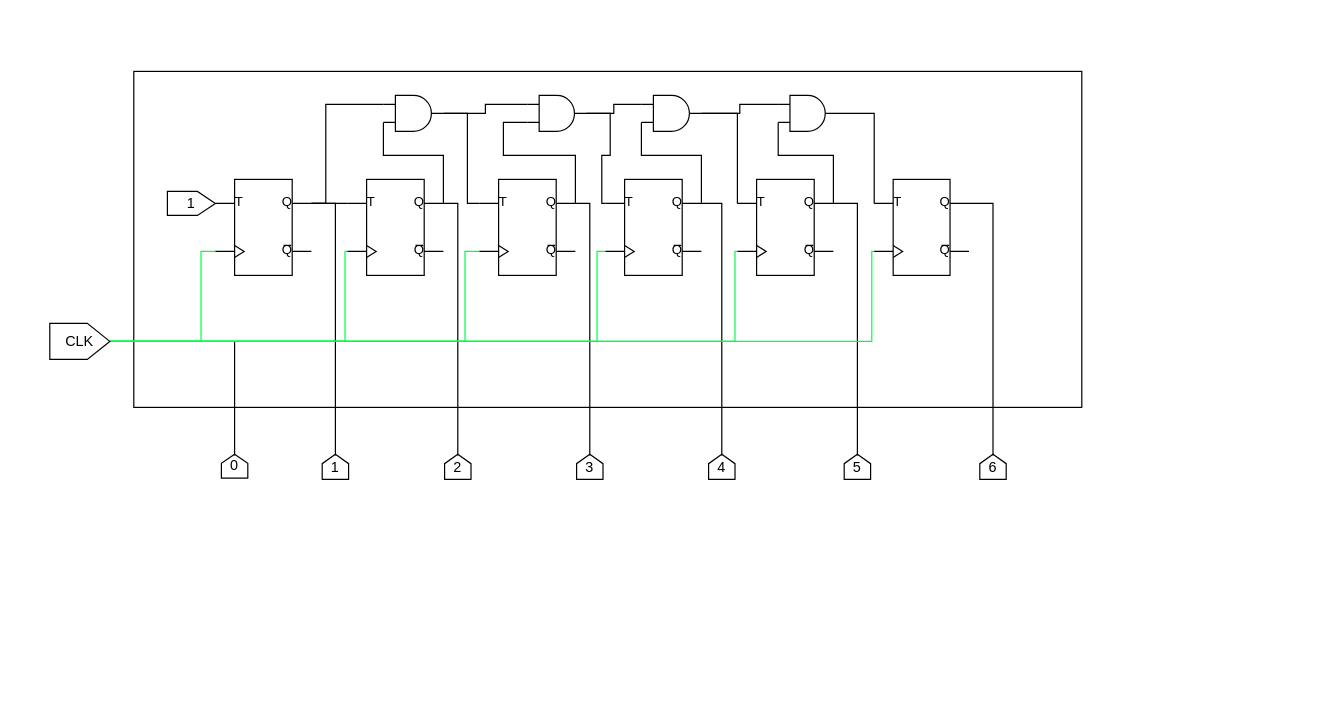
This is page "ClockGenerator" (1 of 5) of Uart.drawio from FlavioRenzi/UART_Project, a draw.io file, before an edit. Source tidied: cells renumbered, new cells numbered last; positions are measured from the earlier drawing's top-left corner, leaving out a move shared by most shapes. Both pictures are drawn from the tidied source at 120%, with x=0, y=0 at pixel (49, 71).
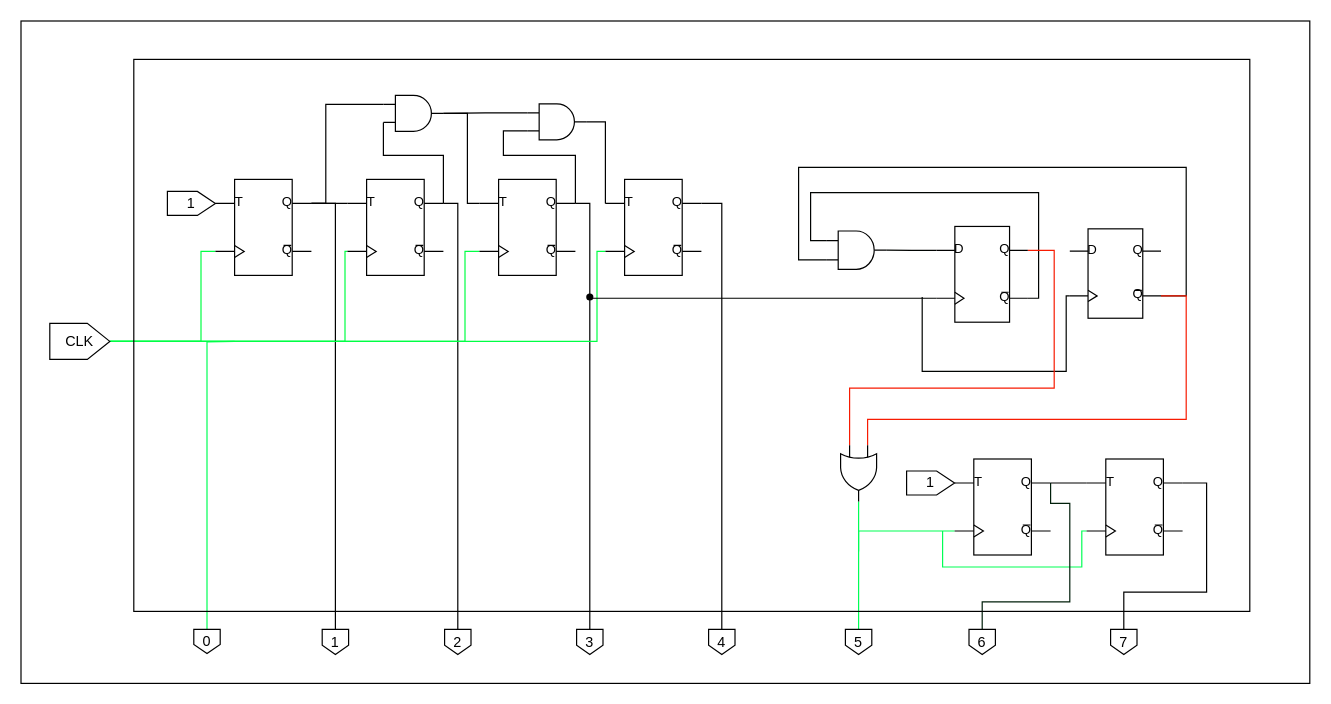
The same page after the edit.

The change refers to these unchanged cells:
```xml
<mxCell id="10" style="verticalLabelPosition=bottom;shadow=0;dashed=0;align=center;html=1;verticalAlign=top;shape=mxgraph.electrical.logic_gates.t_type_flip-flop;" parent="1" vertex="1">
  <mxGeometry x="248" y="90" width="80" height="80" as="geometry" />
</mxCell>
<mxCell id="14" style="verticalLabelPosition=bottom;shadow=0;dashed=0;align=center;html=1;verticalAlign=top;shape=mxgraph.electrical.logic_gates.t_type_flip-flop;" parent="1" vertex="1">
  <mxGeometry x="358" y="90" width="80" height="80" as="geometry" />
</mxCell>
<mxCell id="18" style="verticalLabelPosition=bottom;shadow=0;dashed=0;align=center;html=1;verticalAlign=top;shape=mxgraph.electrical.logic_gates.t_type_flip-flop;" parent="1" vertex="1">
  <mxGeometry x="138" y="90" width="80" height="80" as="geometry" />
</mxCell>
<mxCell id="26" style="verticalLabelPosition=bottom;shadow=0;dashed=0;align=center;html=1;verticalAlign=top;shape=mxgraph.electrical.logic_gates.t_type_flip-flop;" parent="1" vertex="1">
  <mxGeometry x="463" y="90" width="80" height="80" as="geometry" />
</mxCell>
<mxCell id="40" value="CLK" style="shape=offPageConnector;whiteSpace=wrap;html=1;rotation=0;direction=north;" parent="1" vertex="1">
  <mxGeometry y="210" width="50" height="30" as="geometry" />
</mxCell>
```

Change to the diagram source:
```diff
@@
-    <mxCell id="2" style="rounded=0;whiteSpace=wrap;html=1;fillColor=none;" parent="1" vertex="1">
-      <mxGeometry x="70" width="790" height="280" as="geometry" />
-    </mxCell>
@@
-    <mxCell id="9" style="edgeStyle=orthogonalEdgeStyle;rounded=0;jettySize=auto;html=1;exitX=1;exitY=0.25;exitDx=0;exitDy=0;exitPerimeter=0;endArrow=none;endFill=0;" parent="1" edge="1" source="10">
+    <mxCell id="9" style="edgeStyle=orthogonalEdgeStyle;rounded=0;jettySize=auto;html=1;exitX=1;exitY=0.25;exitDx=0;exitDy=0;exitPerimeter=0;endArrow=none;endFill=0;entryX=0.5;entryY=0;entryDx=0;entryDy=0;" parent="1" edge="1" source="10" target="44">
       <mxGeometry relative="1" as="geometry">
-        <mxPoint x="340" y="320" as="targetPoint" />
         <Array as="points">
           <mxPoint x="340" y="110" />
-          <mxPoint x="340" y="320" />
         </Array>
       </mxGeometry>
     </mxCell>
@@
     <mxCell id="11" style="edgeStyle=orthogonalEdgeStyle;rounded=0;jettySize=auto;html=1;exitX=1;exitY=0.25;exitDx=0;exitDy=0;exitPerimeter=0;entryX=0;entryY=0.75;entryDx=0;entryDy=0;entryPerimeter=0;endArrow=none;endFill=0;" parent="1" edge="1" source="14" target="39">
       <mxGeometry relative="1" as="geometry">
         <Array as="points">
           <mxPoint x="438" y="70" />
           <mxPoint x="378" y="70" />
-          <mxPoint x="378" y="43" />
+          <mxPoint x="378" y="50" />
+          <mxPoint x="398" y="50" />
         </Array>
       </mxGeometry>
     </mxCell>
@@
-    <mxCell id="13" style="edgeStyle=orthogonalEdgeStyle;rounded=0;jettySize=auto;html=1;exitX=1;exitY=0.25;exitDx=0;exitDy=0;exitPerimeter=0;endArrow=none;endFill=0;" parent="1" edge="1" source="14">
+    <mxCell id="13" style="edgeStyle=orthogonalEdgeStyle;rounded=0;jettySize=auto;html=1;exitX=1;exitY=0.25;exitDx=0;exitDy=0;exitPerimeter=0;endArrow=none;endFill=0;entryX=0.5;entryY=0;entryDx=0;entryDy=0;" parent="1" edge="1" source="14" target="45">
       <mxGeometry relative="1" as="geometry">
-        <mxPoint x="450" y="320" as="targetPoint" />
         <Array as="points">
           <mxPoint x="450" y="110" />
         </Array>
       </mxGeometry>
     </mxCell>
@@
-    <mxCell id="16" style="edgeStyle=orthogonalEdgeStyle;rounded=0;jettySize=auto;html=1;exitX=1;exitY=0.25;exitDx=0;exitDy=0;exitPerimeter=0;endArrow=none;endFill=0;" parent="1" edge="1" source="18">
+    <mxCell id="16" style="edgeStyle=orthogonalEdgeStyle;rounded=0;jettySize=auto;html=1;exitX=1;exitY=0.25;exitDx=0;exitDy=0;exitPerimeter=0;endArrow=none;endFill=0;entryX=0.5;entryY=0;entryDx=0;entryDy=0;" parent="1" edge="1" source="18" target="43">
       <mxGeometry relative="1" as="geometry">
-        <mxPoint x="238" y="320" as="targetPoint" />
         <Array as="points">
           <mxPoint x="238" y="110" />
         </Array>
       </mxGeometry>
     </mxCell>
-    <mxCell id="17" style="edgeStyle=orthogonalEdgeStyle;rounded=0;orthogonalLoop=1;jettySize=auto;html=1;endArrow=none;endFill=0;strokeColor=#000301;" parent="1" edge="1">
+    <mxCell id="17" style="edgeStyle=orthogonalEdgeStyle;rounded=0;jettySize=auto;html=1;endArrow=none;endFill=0;strokeColor=#00FF55;" parent="1" edge="1" target="42">
       <mxGeometry relative="1" as="geometry">
         <mxPoint x="154" y="225" as="sourcePoint" />
-        <mxPoint x="154" y="320" as="targetPoint" />
-        <Array as="points">
-          <mxPoint x="154" y="320" />
-        </Array>
       </mxGeometry>
     </mxCell>
@@
-    <mxCell id="20" style="edgeStyle=none;rounded=0;jettySize=auto;html=1;exitX=1;exitY=0.5;exitDx=0;exitDy=0;exitPerimeter=0;entryX=0;entryY=0.25;entryDx=0;entryDy=0;entryPerimeter=0;endArrow=none;endFill=0;" parent="1" edge="1" source="23" target="29">
-      <mxGeometry relative="1" as="geometry">
-        <Array as="points">
-          <mxPoint x="573" y="35" />
-        </Array>
-      </mxGeometry>
-    </mxCell>
-    <mxCell id="21" style="edgeStyle=none;rounded=0;jettySize=auto;html=1;exitX=0;exitY=0.75;exitDx=0;exitDy=0;exitPerimeter=0;entryX=1;entryY=0.25;entryDx=0;entryDy=0;entryPerimeter=0;endArrow=none;endFill=0;" parent="1" edge="1" source="23" target="26">
-      <mxGeometry relative="1" as="geometry">
-        <Array as="points">
-          <mxPoint x="493" y="70" />
-          <mxPoint x="543" y="70" />
-        </Array>
-      </mxGeometry>
-    </mxCell>
-    <mxCell id="22" style="edgeStyle=orthogonalEdgeStyle;rounded=0;jettySize=auto;html=1;exitX=0;exitY=0.25;exitDx=0;exitDy=0;exitPerimeter=0;entryX=1;entryY=0.5;entryDx=0;entryDy=0;entryPerimeter=0;endArrow=none;endFill=0;" parent="1" edge="1" source="23" target="39">
-      <mxGeometry relative="1" as="geometry" />
-    </mxCell>
-    <mxCell id="23" style="verticalLabelPosition=bottom;shadow=0;dashed=0;align=center;html=1;verticalAlign=top;shape=mxgraph.electrical.logic_gates.logic_gate;operation=and;" parent="1" vertex="1">
-      <mxGeometry x="493" y="20" width="50" height="30" as="geometry" />
-    </mxCell>
@@
-    <mxCell id="25" style="edgeStyle=orthogonalEdgeStyle;rounded=0;jettySize=auto;html=1;exitX=1;exitY=0.25;exitDx=0;exitDy=0;exitPerimeter=0;endArrow=none;endFill=0;" parent="1" edge="1" source="26">
+    <mxCell id="25" style="edgeStyle=orthogonalEdgeStyle;rounded=0;jettySize=auto;html=1;exitX=1;exitY=0.25;exitDx=0;exitDy=0;exitPerimeter=0;endArrow=none;endFill=0;entryX=0.5;entryY=0;entryDx=0;entryDy=0;" parent="1" edge="1" source="26" target="46">
       <mxGeometry relative="1" as="geometry">
-        <mxPoint x="560" y="320" as="targetPoint" />
         <Array as="points">
           <mxPoint x="560" y="110" />
         </Array>
       </mxGeometry>
     </mxCell>
@@
-    <mxCell id="27" style="edgeStyle=orthogonalEdgeStyle;rounded=0;jettySize=auto;html=1;exitX=0;exitY=0.75;exitDx=0;exitDy=0;exitPerimeter=0;entryX=0.5;entryY=1;entryDx=0;entryDy=0;endArrow=none;endFill=0;strokeColor=#00FF44;" parent="1" edge="1" source="29" target="40">
-      <mxGeometry relative="1" as="geometry">
-        <Array as="points">
-          <mxPoint x="571" y="225" />
-        </Array>
-      </mxGeometry>
-    </mxCell>
-    <mxCell id="28" style="edgeStyle=orthogonalEdgeStyle;rounded=0;jettySize=auto;html=1;exitX=1;exitY=0.25;exitDx=0;exitDy=0;exitPerimeter=0;endArrow=none;endFill=0;" parent="1" edge="1" source="29">
-      <mxGeometry relative="1" as="geometry">
-        <mxPoint x="673" y="320" as="targetPoint" />
-        <Array as="points">
-          <mxPoint x="673" y="110" />
-        </Array>
-      </mxGeometry>
-    </mxCell>
-    <mxCell id="29" style="verticalLabelPosition=bottom;shadow=0;dashed=0;align=center;html=1;verticalAlign=top;shape=mxgraph.electrical.logic_gates.t_type_flip-flop;" parent="1" vertex="1">
-      <mxGeometry x="573" y="90" width="80" height="80" as="geometry" />
-    </mxCell>
-    <mxCell id="30" style="edgeStyle=none;rounded=0;jettySize=auto;html=1;exitX=1;exitY=0.5;exitDx=0;exitDy=0;exitPerimeter=0;entryX=0;entryY=0.25;entryDx=0;entryDy=0;entryPerimeter=0;endArrow=none;endFill=0;" parent="1" edge="1" source="33" target="36">
-      <mxGeometry relative="1" as="geometry">
-        <Array as="points">
-          <mxPoint x="687" y="35" />
-        </Array>
-      </mxGeometry>
-    </mxCell>
-    <mxCell id="31" style="edgeStyle=none;rounded=0;jettySize=auto;html=1;exitX=0;exitY=0.75;exitDx=0;exitDy=0;exitPerimeter=0;entryX=1;entryY=0.25;entryDx=0;entryDy=0;entryPerimeter=0;endArrow=none;endFill=0;" parent="1" edge="1" source="33" target="29">
-      <mxGeometry relative="1" as="geometry">
-        <Array as="points">
-          <mxPoint x="607" y="70" />
-          <mxPoint x="653" y="70" />
-        </Array>
-      </mxGeometry>
-    </mxCell>
-    <mxCell id="32" style="edgeStyle=orthogonalEdgeStyle;rounded=0;jettySize=auto;html=1;exitX=0;exitY=0.25;exitDx=0;exitDy=0;exitPerimeter=0;entryX=1;entryY=0.5;entryDx=0;entryDy=0;entryPerimeter=0;endArrow=none;endFill=0;" parent="1" edge="1" source="33" target="23">
-      <mxGeometry relative="1" as="geometry" />
-    </mxCell>
-    <mxCell id="33" style="verticalLabelPosition=bottom;shadow=0;dashed=0;align=center;html=1;verticalAlign=top;shape=mxgraph.electrical.logic_gates.logic_gate;operation=and;" parent="1" vertex="1">
-      <mxGeometry x="607" y="20" width="49" height="30" as="geometry" />
-    </mxCell>
-    <mxCell id="34" style="edgeStyle=orthogonalEdgeStyle;rounded=0;jettySize=auto;html=1;exitX=0;exitY=0.75;exitDx=0;exitDy=0;exitPerimeter=0;endArrow=none;endFill=0;entryX=0.5;entryY=1;entryDx=0;entryDy=0;strokeColor=#00FF44;" parent="1" edge="1" source="36" target="40">
-      <mxGeometry relative="1" as="geometry">
-        <Array as="points">
-          <mxPoint x="685" y="225" />
-        </Array>
-      </mxGeometry>
-    </mxCell>
-    <mxCell id="35" style="edgeStyle=orthogonalEdgeStyle;rounded=0;jettySize=auto;html=1;exitX=1;exitY=0.25;exitDx=0;exitDy=0;exitPerimeter=0;endArrow=none;endFill=0;" parent="1" edge="1" source="36">
-      <mxGeometry relative="1" as="geometry">
-        <mxPoint x="786" y="320" as="targetPoint" />
-        <Array as="points">
-          <mxPoint x="786" y="110" />
-        </Array>
-      </mxGeometry>
-    </mxCell>
-    <mxCell id="36" style="verticalLabelPosition=bottom;shadow=0;dashed=0;align=center;html=1;verticalAlign=top;shape=mxgraph.electrical.logic_gates.t_type_flip-flop;" parent="1" vertex="1">
-      <mxGeometry x="687" y="90" width="79" height="80" as="geometry" />
-    </mxCell>
@@
     <mxCell id="38" style="edgeStyle=orthogonalEdgeStyle;rounded=0;jettySize=auto;html=1;exitX=1;exitY=0.5;exitDx=0;exitDy=0;exitPerimeter=0;entryX=0;entryY=0.25;entryDx=0;entryDy=0;entryPerimeter=0;endArrow=none;endFill=0;" parent="1" edge="1" source="39" target="26">
       <mxGeometry relative="1" as="geometry">
         <Array as="points">
-          <mxPoint x="467" y="35" />
-          <mxPoint x="467" y="70" />
-          <mxPoint x="460" y="70" />
-          <mxPoint x="460" y="110" />
+          <mxPoint x="463" y="42" />
         </Array>
       </mxGeometry>
     </mxCell>
     <mxCell id="39" style="verticalLabelPosition=bottom;shadow=0;dashed=0;align=center;html=1;verticalAlign=top;shape=mxgraph.electrical.logic_gates.logic_gate;operation=and;" parent="1" vertex="1">
-      <mxGeometry x="398" y="20" width="49" height="30" as="geometry" />
+      <mxGeometry x="398" y="27" width="49" height="30" as="geometry" />
     </mxCell>
@@
     <mxCell id="41" style="edgeStyle=orthogonalEdgeStyle;rounded=0;orthogonalLoop=1;jettySize=auto;html=1;exitX=0.5;exitY=1;exitDx=0;exitDy=0;endArrow=none;endFill=0;" parent="1" edge="1">
       <mxGeometry relative="1" as="geometry">
-        <mxPoint x="550" y="310" as="sourcePoint" />
-        <mxPoint x="550" y="310" as="targetPoint" />
+        <mxPoint x="550" y="456" as="sourcePoint" />
+        <mxPoint x="550" y="456" as="targetPoint" />
       </mxGeometry>
     </mxCell>
-    <mxCell id="42" value="0" style="shape=offPageConnector;whiteSpace=wrap;html=1;fillColor=none;direction=west;" parent="1" vertex="1">
-      <mxGeometry x="143" y="319" width="22" height="20" as="geometry" />
+    <mxCell id="42" value="0" style="shape=offPageConnector;whiteSpace=wrap;html=1;fillColor=none;direction=east;" parent="1" vertex="1">
+      <mxGeometry x="120" y="465" width="22" height="20" as="geometry" />
     </mxCell>
-    <mxCell id="43" value="1" style="shape=offPageConnector;whiteSpace=wrap;html=1;fillColor=none;direction=west;" parent="1" vertex="1">
-      <mxGeometry x="227" y="319" width="22" height="21" as="geometry" />
+    <mxCell id="43" value="1" style="shape=offPageConnector;whiteSpace=wrap;html=1;fillColor=none;direction=east;" parent="1" vertex="1">
+      <mxGeometry x="227" y="465" width="22" height="21" as="geometry" />
     </mxCell>
-    <mxCell id="44" value="2" style="shape=offPageConnector;whiteSpace=wrap;html=1;fillColor=none;direction=west;" parent="1" vertex="1">
-      <mxGeometry x="329" y="319" width="22" height="21" as="geometry" />
+    <mxCell id="44" value="2" style="shape=offPageConnector;whiteSpace=wrap;html=1;fillColor=none;direction=east;" parent="1" vertex="1">
+      <mxGeometry x="329" y="465" width="22" height="21" as="geometry" />
     </mxCell>
-    <mxCell id="45" value="3" style="shape=offPageConnector;whiteSpace=wrap;html=1;fillColor=none;direction=west;" parent="1" vertex="1">
-      <mxGeometry x="439" y="319" width="22" height="21" as="geometry" />
+    <mxCell id="45" value="3" style="shape=offPageConnector;whiteSpace=wrap;html=1;fillColor=none;direction=east;" parent="1" vertex="1">
+      <mxGeometry x="439" y="465" width="22" height="21" as="geometry" />
     </mxCell>
-    <mxCell id="46" value="4" style="shape=offPageConnector;whiteSpace=wrap;html=1;fillColor=none;direction=west;" parent="1" vertex="1">
-      <mxGeometry x="549" y="319" width="22" height="21" as="geometry" />
+    <mxCell id="46" value="4" style="shape=offPageConnector;whiteSpace=wrap;html=1;fillColor=none;direction=east;" parent="1" vertex="1">
+      <mxGeometry x="549" y="465" width="22" height="21" as="geometry" />
     </mxCell>
+    <mxCell id="49" style="edgeStyle=orthogonalEdgeStyle;rounded=0;jettySize=auto;html=1;exitX=0;exitY=0.75;exitDx=0;exitDy=0;exitPerimeter=0;endArrow=none;endFill=0;strokeColor=#000301;" parent="1" edge="1" source="69">
+      <mxGeometry relative="1" as="geometry">
+        <mxPoint x="450" y="187.6" as="targetPoint" />
+        <Array as="points">
+          <mxPoint x="450" y="189" />
+        </Array>
+      </mxGeometry>
+    </mxCell>
+    <mxCell id="50" style="edgeStyle=orthogonalEdgeStyle;rounded=0;jettySize=auto;html=1;exitX=0;exitY=0.25;exitDx=0;exitDy=0;exitPerimeter=0;entryX=1;entryY=0.5;entryDx=0;entryDy=0;entryPerimeter=0;endArrow=none;endFill=0;strokeColor=#000301;" parent="1" edge="1" source="69" target="53">
+      <mxGeometry relative="1" as="geometry" />
+    </mxCell>
+    <mxCell id="51" style="edgeStyle=orthogonalEdgeStyle;rounded=0;jettySize=auto;html=1;exitX=1;exitY=0.75;exitDx=0;exitDy=0;exitPerimeter=0;entryX=0;entryY=0.25;entryDx=0;entryDy=0;entryPerimeter=0;endArrow=none;endFill=0;strokeColor=#000301;" parent="1" edge="1" source="69" target="53">
+      <mxGeometry relative="1" as="geometry">
+        <Array as="points">
+          <mxPoint x="824" y="189" />
+          <mxPoint x="824" y="101" />
+          <mxPoint x="634" y="101" />
+          <mxPoint x="634" y="141" />
+        </Array>
+      </mxGeometry>
+    </mxCell>
+    <mxCell id="52" style="shape=waypoint;sketch=0;size=6;fillColor=none;perimeter=centerPerimeter;" parent="1" vertex="1">
+      <mxGeometry x="430" y="168" width="40" height="40" as="geometry" />
+    </mxCell>
+    <mxCell id="53" style="verticalLabelPosition=bottom;shadow=0;dashed=0;align=center;html=1;verticalAlign=top;shape=mxgraph.electrical.logic_gates.logic_gate;operation=and;" parent="1" vertex="1">
+      <mxGeometry x="647" y="133" width="50" height="32" as="geometry" />
+    </mxCell>
+    <mxCell id="54" style="edgeStyle=orthogonalEdgeStyle;rounded=0;jettySize=auto;html=1;exitX=0;exitY=0.75;exitDx=0;exitDy=0;exitPerimeter=0;endArrow=none;endFill=0;strokeColor=#000301;" parent="1" edge="1" source="70">
+      <mxGeometry relative="1" as="geometry">
+        <mxPoint x="727" y="188" as="targetPoint" />
+        <Array as="points">
+          <mxPoint x="847" y="187" />
+          <mxPoint x="847" y="250" />
+          <mxPoint x="727" y="250" />
+        </Array>
+      </mxGeometry>
+    </mxCell>
+    <mxCell id="55" style="edgeStyle=orthogonalEdgeStyle;rounded=0;jettySize=auto;html=1;entryX=0;entryY=0.75;entryDx=0;entryDy=0;entryPerimeter=0;endArrow=none;endFill=0;strokeColor=#000301;exitX=1;exitY=0.75;exitDx=0;exitDy=0;exitPerimeter=0;" parent="1" edge="1" source="70" target="53">
+      <mxGeometry relative="1" as="geometry">
+        <Array as="points">
+          <mxPoint x="947" y="187" />
+          <mxPoint x="947" y="80" />
+          <mxPoint x="624" y="80" />
+          <mxPoint x="624" y="157" />
+        </Array>
+      </mxGeometry>
+    </mxCell>
+    <mxCell id="56" style="edgeStyle=orthogonalEdgeStyle;rounded=0;jettySize=auto;html=1;exitX=1;exitY=0.75;exitDx=0;exitDy=0;exitPerimeter=0;entryX=0;entryY=0.25;entryDx=0;entryDy=0;entryPerimeter=0;endArrow=none;endFill=0;strokeColor=#F71B02;" parent="1" edge="1" source="70" target="59">
+      <mxGeometry relative="1" as="geometry">
+        <Array as="points">
+          <mxPoint x="947" y="187" />
+          <mxPoint x="947" y="290" />
+          <mxPoint x="681" y="290" />
+        </Array>
+      </mxGeometry>
+    </mxCell>
+    <mxCell id="57" style="edgeStyle=orthogonalEdgeStyle;rounded=0;jettySize=auto;html=1;exitX=1;exitY=0.5;exitDx=0;exitDy=0;exitPerimeter=0;entryX=0.5;entryY=0;entryDx=0;entryDy=0;endArrow=none;endFill=0;strokeColor=#00FF55;" parent="1" edge="1" source="59" target="47">
+      <mxGeometry relative="1" as="geometry" />
+    </mxCell>
+    <mxCell id="58" style="edgeStyle=orthogonalEdgeStyle;rounded=0;jettySize=auto;html=1;exitX=0;exitY=0.75;exitDx=0;exitDy=0;exitPerimeter=0;entryX=1;entryY=0.25;entryDx=0;entryDy=0;entryPerimeter=0;endArrow=none;endFill=0;fillColor=#f8cecc;strokeColor=#F71B02;" parent="1" edge="1" source="59" target="69">
+      <mxGeometry relative="1" as="geometry">
+        <Array as="points">
+          <mxPoint x="667" y="264" />
+          <mxPoint x="837" y="264" />
+          <mxPoint x="837" y="149" />
+        </Array>
+      </mxGeometry>
+    </mxCell>
+    <mxCell id="59" style="verticalLabelPosition=bottom;shadow=0;dashed=0;align=center;html=1;verticalAlign=top;shape=mxgraph.electrical.logic_gates.logic_gate;operation=or;rotation=90;" parent="1" vertex="1">
+      <mxGeometry x="650.5" y="320" width="47" height="30" as="geometry" />
+    </mxCell>
+    <mxCell id="60" style="edgeStyle=orthogonalEdgeStyle;rounded=0;jettySize=auto;html=1;exitX=0;exitY=0.25;exitDx=0;exitDy=0;exitPerimeter=0;endArrow=none;endFill=0;" parent="1" edge="1" source="63">
+      <mxGeometry relative="1" as="geometry">
+        <mxPoint x="834" y="343" as="targetPoint" />
+      </mxGeometry>
+    </mxCell>
+    <mxCell id="61" style="edgeStyle=orthogonalEdgeStyle;rounded=0;jettySize=auto;html=1;exitX=1;exitY=0.25;exitDx=0;exitDy=0;exitPerimeter=0;endArrow=none;endFill=0;" parent="1" edge="1" source="63" target="68">
+      <mxGeometry relative="1" as="geometry" />
+    </mxCell>
+    <mxCell id="62" style="edgeStyle=orthogonalEdgeStyle;rounded=0;jettySize=auto;html=1;exitX=0;exitY=0.75;exitDx=0;exitDy=0;exitPerimeter=0;endArrow=none;endFill=0;strokeColor=#00FF55;" parent="1" edge="1" source="63">
+      <mxGeometry relative="1" as="geometry">
+        <mxPoint x="744" y="383.1" as="targetPoint" />
+        <Array as="points">
+          <mxPoint x="860" y="383" />
+          <mxPoint x="860" y="413" />
+          <mxPoint x="744" y="413" />
+        </Array>
+      </mxGeometry>
+    </mxCell>
+    <mxCell id="63" style="verticalLabelPosition=bottom;shadow=0;dashed=0;align=center;html=1;verticalAlign=top;shape=mxgraph.electrical.logic_gates.t_type_flip-flop;" parent="1" vertex="1">
+      <mxGeometry x="864" y="323" width="80" height="80" as="geometry" />
+    </mxCell>
+    <mxCell id="64" style="edgeStyle=orthogonalEdgeStyle;rounded=0;jettySize=auto;html=1;exitX=0;exitY=0.75;exitDx=0;exitDy=0;exitPerimeter=0;endArrow=none;endFill=0;strokeColor=#00FF55;" parent="1" edge="1" source="66">
+      <mxGeometry relative="1" as="geometry">
+        <mxPoint x="674" y="400.1" as="targetPoint" />
+        <Array as="points">
+          <mxPoint x="674" y="383" />
+        </Array>
+      </mxGeometry>
+    </mxCell>
+    <mxCell id="65" style="edgeStyle=orthogonalEdgeStyle;rounded=0;jettySize=auto;html=1;exitX=1;exitY=0.25;exitDx=0;exitDy=0;exitPerimeter=0;entryX=0.5;entryY=0;entryDx=0;entryDy=0;endArrow=none;endFill=0;strokeColor=#001F0A;" parent="1" edge="1" source="66" target="48">
+      <mxGeometry relative="1" as="geometry">
+        <Array as="points">
+          <mxPoint x="834" y="360" />
+          <mxPoint x="850" y="360" />
+          <mxPoint x="850" y="442" />
+          <mxPoint x="777" y="442" />
+        </Array>
+      </mxGeometry>
+    </mxCell>
+    <mxCell id="66" style="verticalLabelPosition=bottom;shadow=0;dashed=0;align=center;html=1;verticalAlign=top;shape=mxgraph.electrical.logic_gates.t_type_flip-flop;" parent="1" vertex="1">
+      <mxGeometry x="754" y="323" width="80" height="80" as="geometry" />
+    </mxCell>
+    <mxCell id="67" value="1" style="shape=offPageConnector;whiteSpace=wrap;html=1;rotation=0;size=0.375;direction=north;" parent="1" vertex="1">
+      <mxGeometry x="714" y="333" width="40" height="20" as="geometry" />
+    </mxCell>
-    <mxCell id="47" value="5" style="shape=offPageConnector;whiteSpace=wrap;html=1;fillColor=none;direction=west;" parent="1" vertex="1">
-      <mxGeometry x="662" y="319" width="22" height="21" as="geometry" />
+    <mxCell id="47" value="5" style="shape=offPageConnector;whiteSpace=wrap;html=1;fillColor=none;direction=east;" parent="1" vertex="1">
+      <mxGeometry x="663" y="465" width="22" height="21" as="geometry" />
     </mxCell>
-    <mxCell id="48" value="6" style="shape=offPageConnector;whiteSpace=wrap;html=1;fillColor=none;direction=west;" parent="1" vertex="1">
-      <mxGeometry x="775" y="319" width="22" height="21" as="geometry" />
+    <mxCell id="48" value="6" style="shape=offPageConnector;whiteSpace=wrap;html=1;fillColor=none;direction=east;" parent="1" vertex="1">
+      <mxGeometry x="766" y="465" width="22" height="21" as="geometry" />
     </mxCell>
+    <mxCell id="68" value="7" style="shape=offPageConnector;whiteSpace=wrap;html=1;fillColor=none;direction=east;" parent="1" vertex="1">
+      <mxGeometry x="884" y="465" width="22" height="21" as="geometry" />
+    </mxCell>
+    <mxCell id="69" style="verticalLabelPosition=bottom;shadow=0;dashed=0;align=center;html=1;verticalAlign=top;shape=mxgraph.electrical.logic_gates.d_type_flip-flop;" parent="1" vertex="1">
+      <mxGeometry x="739" y="129.2" width="76" height="79.8" as="geometry" />
+    </mxCell>
+    <mxCell id="70" style="verticalLabelPosition=bottom;shadow=0;dashed=0;align=center;html=1;verticalAlign=top;shape=mxgraph.electrical.logic_gates.d_type_flip-flop;" parent="1" vertex="1">
+      <mxGeometry x="850" y="131.2" width="76" height="74.5" as="geometry" />
+    </mxCell>
+    <mxCell id="71" style="rounded=0;whiteSpace=wrap;html=1;fillColor=none;" parent="1" vertex="1">
+      <mxGeometry x="70" y="-10" width="930" height="460" as="geometry" />
+    </mxCell>
+    <mxCell id="72" style="rounded=0;whiteSpace=wrap;html=1;fillColor=none;" parent="1" vertex="1">
+      <mxGeometry x="-24" y="-42" width="1074" height="552" as="geometry" />
+    </mxCell>
```
